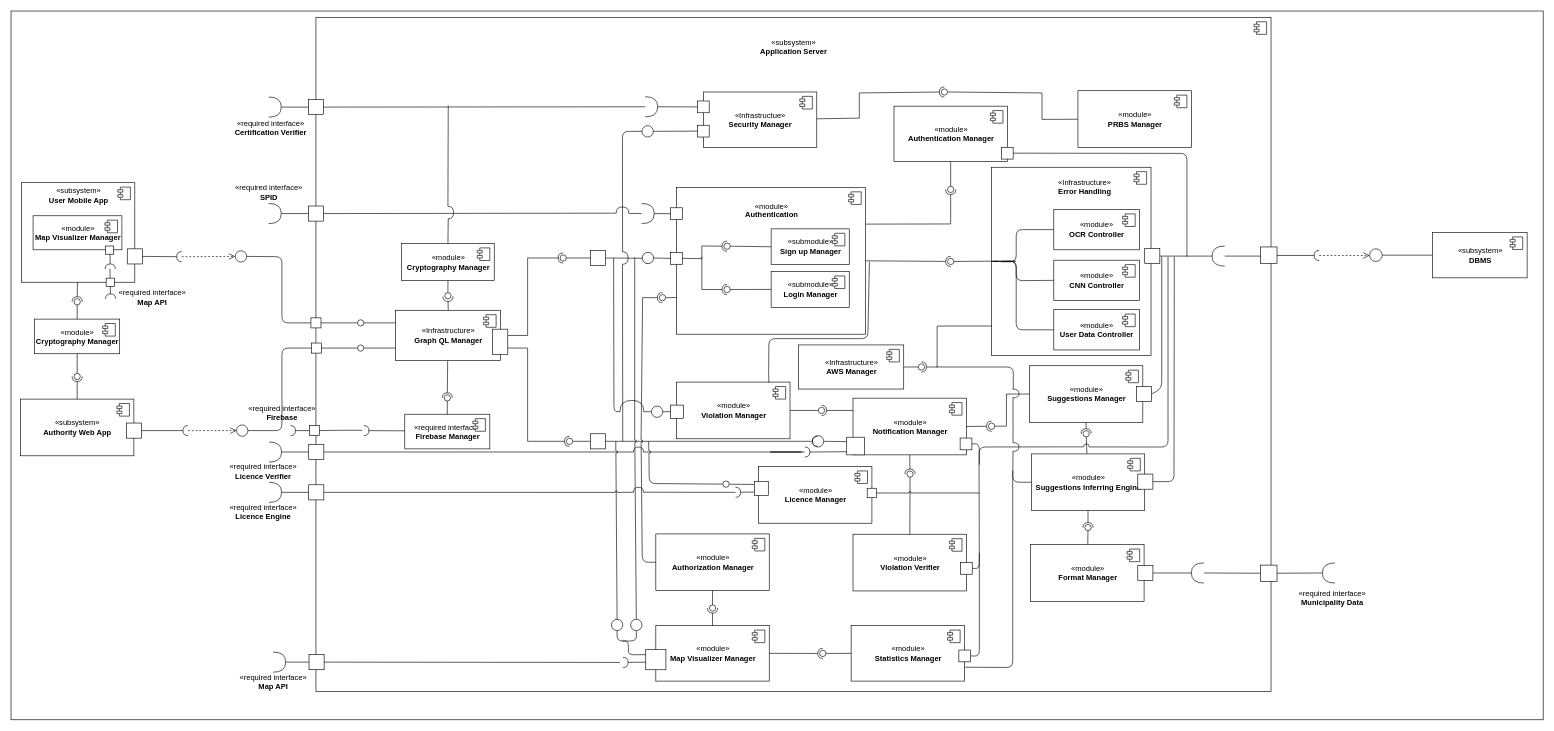
Above: DD/Components Diagram.drawio in comidan/SafeStreets (draw.io), before the change. Source tidied: cells renumbered, new cells numbered last; positions are measured from the earlier drawing's top-left corner, leaving out a move shared by most shapes. Both pictures are drawn from the tidied source at 63%, with x=0, y=0 at pixel (11, 11).
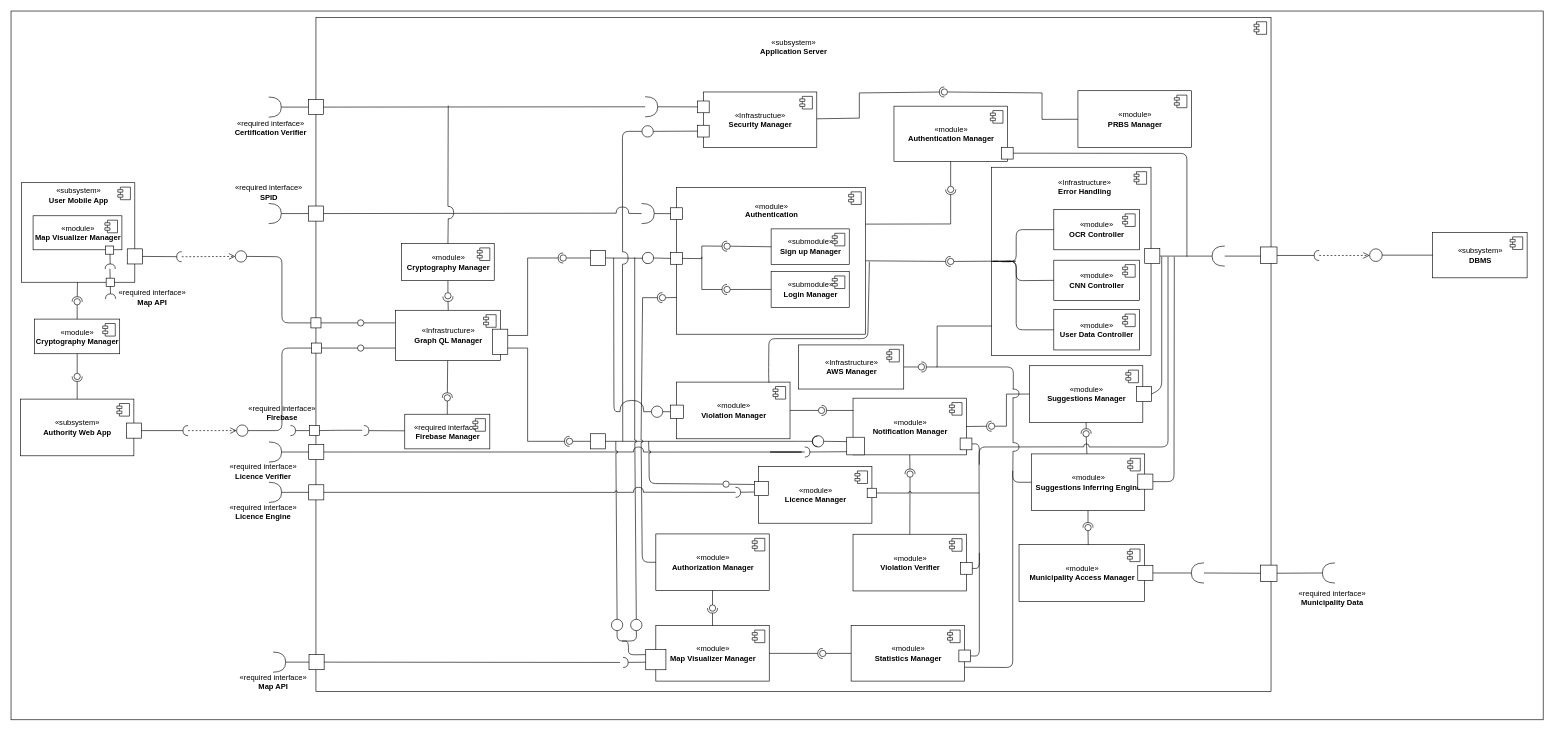
Above is the later version.

Unchanged cells that the change refers to:
```xml
<mxCell id="65" style="ellipse;whiteSpace=wrap;html=1;fontFamily=Helvetica;fontSize=12;fontColor=#000000;align=center;strokeColor=#000000;fillColor=#ffffff;points=[];" parent="1" vertex="1">
  <mxGeometry x="1704.5" y="815" width="10" height="10" as="geometry" />
</mxCell>
```

Diff of the diagram source:
```diff
@@
-    <mxCell id="58" value="«module»&lt;br&gt;&lt;b&gt;Format Manager&lt;/b&gt;" style="html=1;" parent="1" vertex="1">
-      <mxGeometry x="1618.5" y="847" width="180" height="90" as="geometry" />
+    <mxCell id="58" value="«module»&lt;br&gt;&lt;b&gt;Municipality Access Manager&lt;/b&gt;" style="html=1;" parent="1" vertex="1">
+      <mxGeometry x="1600" y="847" width="199" height="90" as="geometry" />
     </mxCell>
@@
-    <mxCell id="66" style="rounded=0;jettySize=auto;html=1;endArrow=none;endFill=0;" parent="1" edge="1" source="58" target="65">
+    <mxCell id="66" style="rounded=0;jettySize=auto;html=1;endArrow=none;endFill=0;exitX=0.552;exitY=0.005;exitDx=0;exitDy=0;exitPerimeter=0;" parent="1" edge="1" source="58" target="65">
       <mxGeometry relative="1" as="geometry" />
     </mxCell>
```
